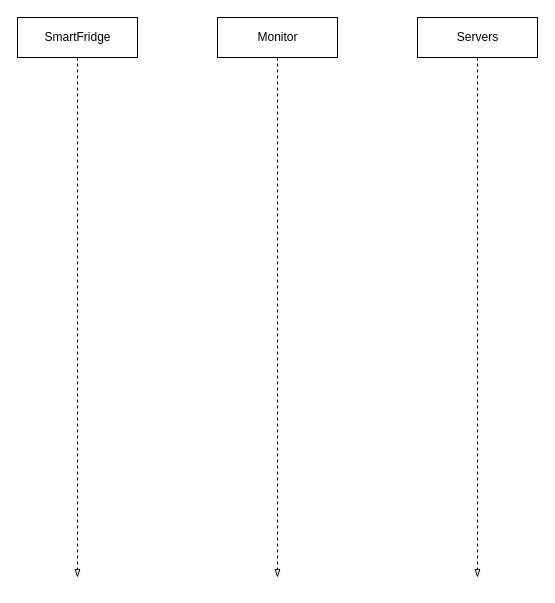
Above: page "SequenceDiagram_SmartFridge" (2 of 2) of FinalExample.drawio in nateqdruen/CISC210Final (draw.io), before the change. Source tidied: cells renumbered, new cells numbered last; positions are measured from the earlier drawing's top-left corner, leaving out a move shared by most shapes. Both pictures are drawn from the tidied source at 100%, with x=0, y=0 at pixel (17, 17).
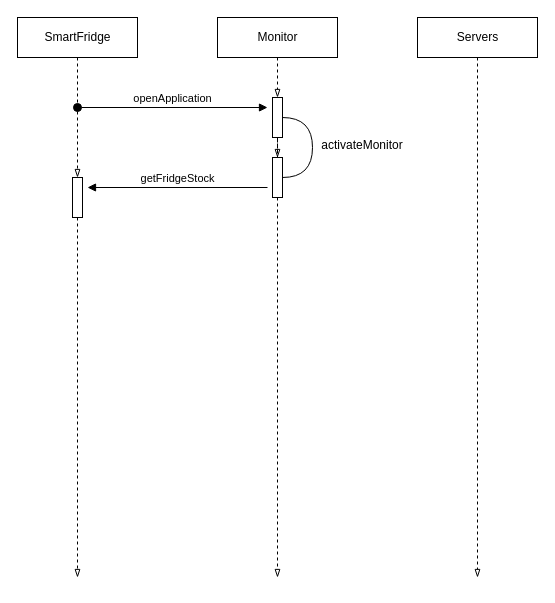
Above is the later version.

The change refers to these unchanged cells:
```xml
<mxCell id="3" value="SmartFridge" style="html=1;" parent="1" vertex="1">
  <mxGeometry width="120" height="40" as="geometry" />
</mxCell>
<mxCell id="5" value="Monitor" style="html=1;" parent="1" vertex="1">
  <mxGeometry x="200" width="120" height="40" as="geometry" />
</mxCell>
```

Change to the diagram source:
```diff
@@
-    <mxCell id="2" style="edgeStyle=orthogonalEdgeStyle;rounded=0;jettySize=auto;html=1;endArrow=blockThin;endFill=0;dashed=1;" parent="1" edge="1" source="3">
+    <mxCell id="2" style="edgeStyle=orthogonalEdgeStyle;rounded=0;jettySize=auto;html=1;endArrow=blockThin;endFill=0;dashed=1;" parent="1" edge="1" source="15">
       <mxGeometry relative="1" as="geometry">
         <mxPoint x="60" y="560" as="targetPoint" />
       </mxGeometry>
     </mxCell>
@@
-    <mxCell id="4" style="edgeStyle=orthogonalEdgeStyle;rounded=0;jettySize=auto;html=1;endArrow=blockThin;endFill=0;dashed=1;" parent="1" edge="1" source="5">
+    <mxCell id="4" style="edgeStyle=orthogonalEdgeStyle;rounded=0;jettySize=auto;html=1;endArrow=blockThin;endFill=0;dashed=1;" parent="1" edge="1" source="11">
       <mxGeometry relative="1" as="geometry">
         <mxPoint x="260" y="560" as="targetPoint" />
       </mxGeometry>
     </mxCell>
@@
+    <mxCell id="8" style="html=1;points=[];perimeter=orthogonalPerimeter;" parent="1" vertex="1">
+      <mxGeometry x="255" y="80" width="10" height="40" as="geometry" />
+    </mxCell>
+    <mxCell id="9" style="edgeStyle=orthogonalEdgeStyle;rounded=0;jettySize=auto;html=1;endArrow=blockThin;endFill=0;dashed=1;" parent="1" edge="1" source="5" target="8">
+      <mxGeometry relative="1" as="geometry" />
+    </mxCell>
+    <mxCell id="10" value="&lt;div&gt;openApplication&lt;/div&gt;" style="html=1;verticalAlign=bottom;startArrow=oval;startFill=1;endArrow=block;startSize=8;" parent="1" edge="1">
+      <mxGeometry relative="1" as="geometry">
+        <mxPoint x="60" y="90" as="sourcePoint" />
+        <mxPoint x="250" y="90" as="targetPoint" />
+      </mxGeometry>
+    </mxCell>
+    <mxCell id="11" style="html=1;points=[];perimeter=orthogonalPerimeter;" parent="1" vertex="1">
+      <mxGeometry x="255" y="140" width="10" height="40" as="geometry" />
+    </mxCell>
+    <mxCell id="12" style="edgeStyle=orthogonalEdgeStyle;rounded=0;jettySize=auto;html=1;endArrow=blockThin;endFill=0;dashed=1;" parent="1" edge="1" source="8" target="11">
+      <mxGeometry relative="1" as="geometry" />
+    </mxCell>
+    <mxCell id="13" style="shape=requiredInterface;html=1;verticalLabelPosition=bottom;" parent="1" vertex="1">
+      <mxGeometry x="265" y="100" width="30" height="60" as="geometry" />
+    </mxCell>
+    <mxCell id="14" value="activateMonitor" style="text;align=center;fontStyle=0;verticalAlign=middle;spacingLeft=3;spacingRight=3;strokeColor=none;" parent="1" vertex="1">
+      <mxGeometry x="305" y="114" width="80" height="26" as="geometry" />
+    </mxCell>
+    <mxCell id="15" style="html=1;points=[];perimeter=orthogonalPerimeter;" parent="1" vertex="1">
+      <mxGeometry x="55" y="160" width="10" height="40" as="geometry" />
+    </mxCell>
+    <mxCell id="16" style="edgeStyle=orthogonalEdgeStyle;rounded=0;jettySize=auto;html=1;endArrow=blockThin;endFill=0;dashed=1;" parent="1" edge="1" source="3" target="15">
+      <mxGeometry relative="1" as="geometry" />
+    </mxCell>
+    <mxCell id="17" value="&lt;div&gt;getFridgeStock&lt;/div&gt;" style="html=1;verticalAlign=bottom;endArrow=block;entryX=1.5;entryY=0.25;entryDx=0;entryDy=0;entryPerimeter=0;" parent="1" edge="1" target="15">
+      <mxGeometry relative="1" as="geometry">
+        <mxPoint x="250" y="170" as="sourcePoint" />
+      </mxGeometry>
+    </mxCell>
```
